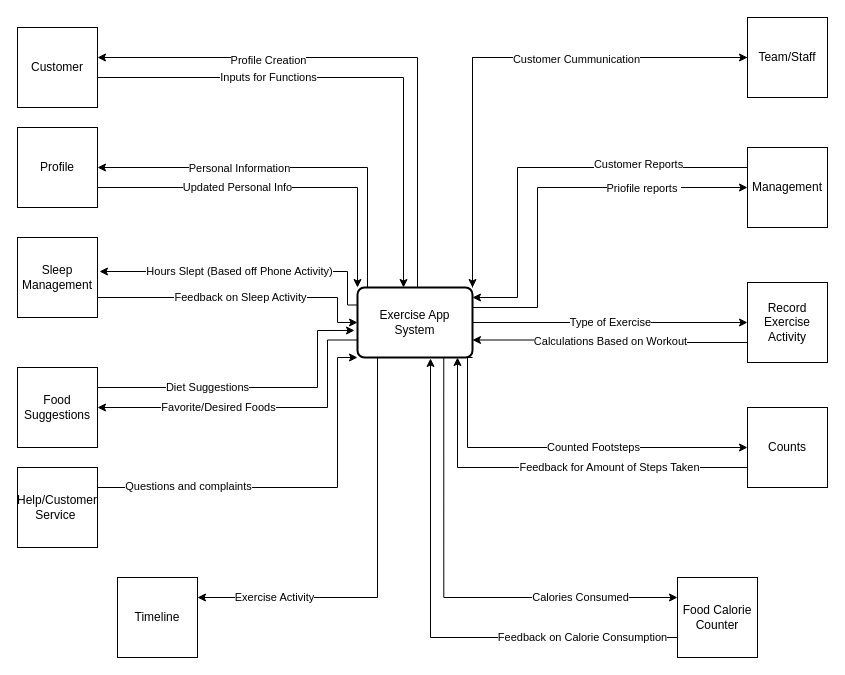
Earlier version of the draw.io diagram System Diagram for Exercise app V2.drawio.xml (Esaied19/Team-Albatross). Source tidied: cells renumbered, new cells numbered last; positions are measured from the earlier drawing's top-left corner, leaving out a move shared by most shapes. Both pictures are drawn from the tidied source at 100%, with x=0, y=0 at pixel (17, 17).
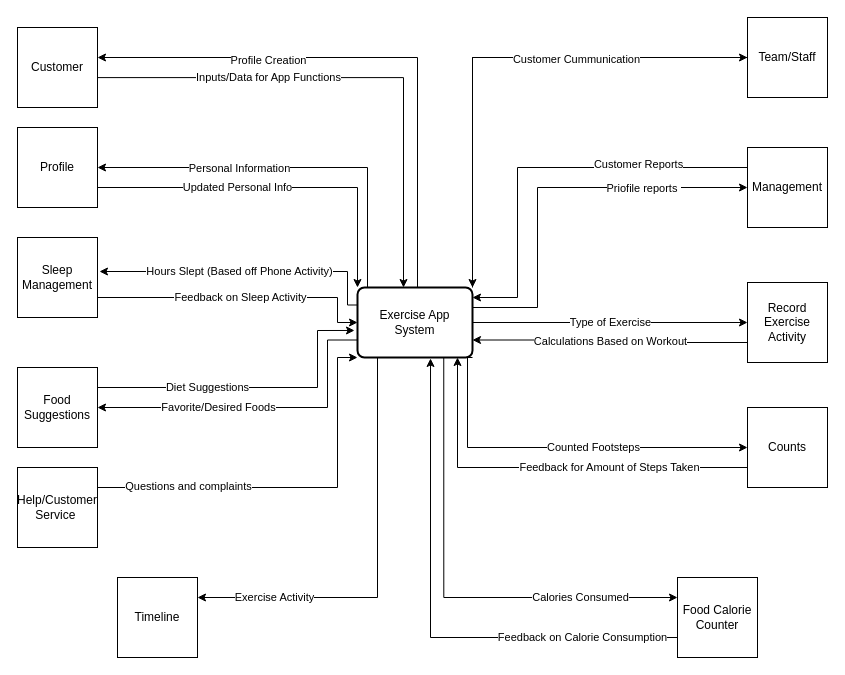
Above is the later version.

Unchanged cells that the change refers to:
```xml
<mxCell id="15" value="Exercise App&lt;br&gt;System" style="rounded=1;whiteSpace=wrap;html=1;absoluteArcSize=1;arcSize=14;strokeWidth=2;" parent="1" vertex="1">
  <mxGeometry x="340" y="270" width="115" height="70" as="geometry" />
</mxCell>
<mxCell id="28" value="Customer" style="whiteSpace=wrap;html=1;" parent="1" vertex="1">
  <mxGeometry y="10" width="80" height="80" as="geometry" />
</mxCell>
```

The edit, as a diff of the source:
```diff
@@
-    <mxCell id="26" style="edgeStyle=orthogonalEdgeStyle;rounded=0;jettySize=auto;html=1;entryX=0.4;entryY=0;entryDx=0;entryDy=0;entryPerimeter=0;" parent="1" edge="1" source="28" target="15">
+    <mxCell id="26" style="edgeStyle=orthogonalEdgeStyle;rounded=0;orthogonalLoop=1;jettySize=auto;html=1;entryX=0.4;entryY=0;entryDx=0;entryDy=0;entryPerimeter=0;" parent="1" edge="1">
       <mxGeometry relative="1" as="geometry">
+        <mxPoint x="80" y="60.1" as="sourcePoint" />
+        <mxPoint x="386" y="270" as="targetPoint" />
         <Array as="points">
           <mxPoint x="386" y="60" />
         </Array>
       </mxGeometry>
     </mxCell>
-    <mxCell id="27" value="&lt;div&gt;Inputs for Functions&lt;/div&gt;" style="edgeLabel;html=1;align=center;verticalAlign=middle;" parent="26" vertex="1">
+    <mxCell id="27" value="&lt;div&gt;Inputs/Data for App Functions&lt;/div&gt;" style="edgeLabel;html=1;align=center;verticalAlign=middle;" parent="26" vertex="1">
       <mxGeometry x="-0.34" y="1" relative="1" as="geometry" />
     </mxCell>
```
